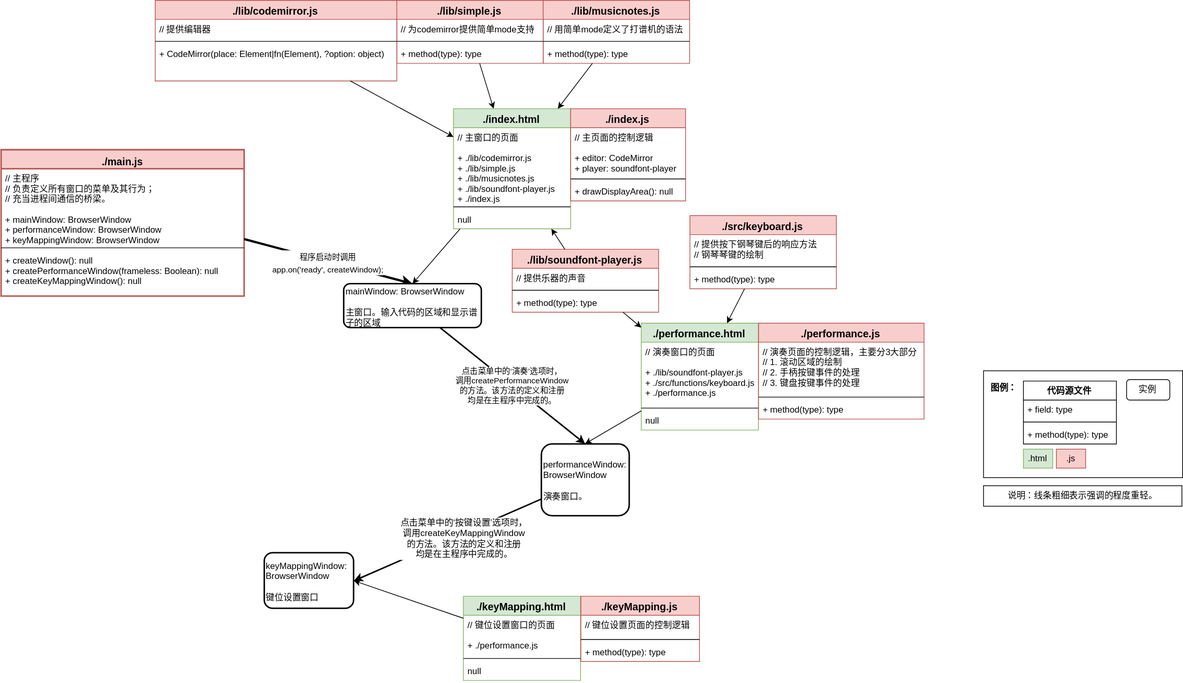
This is readmePictures/打谱机结构图.svg from xieby1/DaPuJi, a draw.io export, as it was before one commit. Source tidied: cells renumbered, new cells last; positions are measured from the earlier drawing's top-left corner, leaving out a move shared by most shapes.
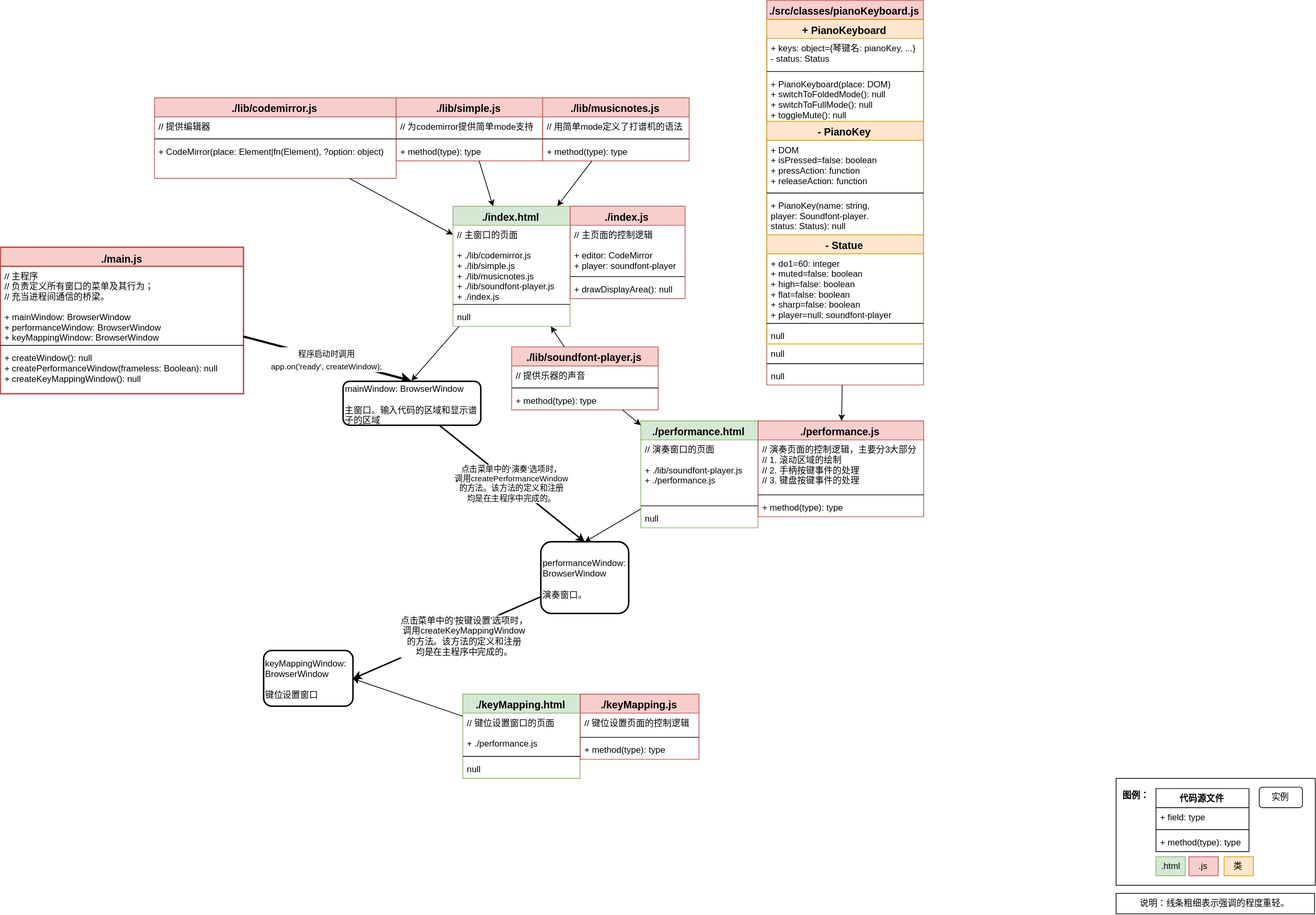
After the commit.

Commit message:
建立pianoKeyboard类, create pianoKeyboard class

Diff of the diagram source:
```diff
@@ -107,7 +107,7 @@
     <mxCell id="36" value="./performance.html" style="swimlane;fontStyle=1;align=center;verticalAlign=top;horizontal=1;startSize=26;fontSize=14;fillColor=#d5e8d4;strokeColor=#82b366;" parent="1" vertex="1">
       <mxGeometry x="874.5" y="441" width="160" height="146" as="geometry" />
     </mxCell>
-    <mxCell id="37" value="// 演奏窗口的页面&#10;&#10;+ ./lib/soundfont-player.js&#10;+ ./src/functions/keyboard.js&#10;+ ./performance.js&#10;" style="text;strokeColor=none;fillColor=none;align=left;verticalAlign=top;spacingLeft=4;spacingRight=4;overflow=hidden;" parent="36" vertex="1">
+    <mxCell id="37" value="// 演奏窗口的页面&#10;&#10;+ ./lib/soundfont-player.js&#10;+ ./performance.js&#10;" style="text;strokeColor=none;fillColor=none;align=left;verticalAlign=top;spacingLeft=4;spacingRight=4;overflow=hidden;" parent="36" vertex="1">
       <mxGeometry y="26" width="160" height="86" as="geometry" />
     </mxCell>
     <mxCell id="38" style="line;strokeWidth=1;fillColor=none;align=left;verticalAlign=middle;spacingTop=-1;spacingLeft=3;spacingRight=3;labelPosition=right;" parent="36" vertex="1">
@@ -129,7 +129,7 @@
       <mxGeometry x="738" y="606" width="120" height="98" as="geometry" />
     </mxCell>
     <mxCell id="44" style="group;" parent="1" vertex="1">
-      <mxGeometry x="1342" y="506" width="272" height="146" as="geometry" />
+      <mxGeometry x="1523.5" y="929" width="272" height="146" as="geometry" />
     </mxCell>
     <mxCell id="45" style="rounded=0;whiteSpace=wrap;html=1;fillColor=#ffffff;strokeColor=#000000;" parent="44" vertex="1">
       <mxGeometry width="272" height="146" as="geometry" />
@@ -159,7 +159,7 @@
       <mxGeometry x="99.5" y="107" width="40" height="26" as="geometry" />
     </mxCell>
     <mxCell id="54" value="&lt;div style=&quot;text-align: left&quot;&gt;&lt;span&gt;说明：线条粗细表示强调的程度重轻。&lt;/span&gt;&lt;/div&gt;" style="rounded=0;whiteSpace=wrap;html=1;strokeWidth=1;" parent="1" vertex="1">
-      <mxGeometry x="1342" y="663" width="271" height="28" as="geometry" />
+      <mxGeometry x="1523.5" y="1086" width="271" height="28" as="geometry" />
     </mxCell>
     <mxCell id="55" style="endArrow=classic;html=1;strokeWidth=1;entryX=0.5;entryY=0;entryDx=0;entryDy=0;" parent="1" edge="1" source="36" target="43">
       <mxGeometry relative="1" as="geometry" />
@@ -167,21 +167,54 @@
     <mxCell id="56" style="endArrow=classic;html=1;strokeWidth=1;" parent="1" edge="1" source="23" target="36">
       <mxGeometry relative="1" as="geometry" />
     </mxCell>
-    <mxCell id="57" value="./src/keyboard.js" style="swimlane;fontStyle=1;align=center;verticalAlign=top;horizontal=1;startSize=26;fontSize=14;fillColor=#f8cecc;strokeColor=#b85450;" parent="1" vertex="1">
-      <mxGeometry x="941" y="294" width="200" height="100" as="geometry" />
+    <mxCell id="57" value="./src/classes/pianoKeyboard.js" style="swimlane;fontStyle=1;align=center;verticalAlign=top;horizontal=1;startSize=26;fontSize=14;fillColor=#f8cecc;strokeColor=#b85450;" parent="1" vertex="1">
+      <mxGeometry x="1046.5" y="-133" width="214" height="525" as="geometry" />
     </mxCell>
+    <mxCell id="78" value="+ PianoKeyboard" style="swimlane;fontStyle=1;align=center;verticalAlign=top;horizontal=1;startSize=26;fontSize=14;fillColor=#ffe6cc;strokeColor=#d79b00;" parent="57" vertex="1">
+      <mxGeometry y="26" width="214" height="139" as="geometry" />
+    </mxCell>
+    <mxCell id="79" value="+ keys: object={琴键名: pianoKey, ...}&#10;- status: Status&#10;" style="text;strokeColor=none;fillColor=none;align=left;verticalAlign=top;spacingLeft=4;spacingRight=4;overflow=hidden;" parent="78" vertex="1">
+      <mxGeometry y="26" width="214" height="41" as="geometry" />
+    </mxCell>
+    <mxCell id="80" style="line;strokeWidth=1;fillColor=none;align=left;verticalAlign=middle;spacingTop=-1;spacingLeft=3;spacingRight=3;labelPosition=right;" parent="78" vertex="1">
+      <mxGeometry y="67" width="214" height="8" as="geometry" />
+    </mxCell>
+    <mxCell id="81" value="+ PianoKeyboard(place: DOM)&#10;+ switchToFoldedMode(): null&#10;+ switchToFullMode(): null&#10;+ toggleMute(): null&#10;" style="text;strokeColor=none;fillColor=none;align=left;verticalAlign=top;spacingLeft=4;spacingRight=4;overflow=hidden;" parent="78" vertex="1">
+      <mxGeometry y="75" width="214" height="64" as="geometry" />
+    </mxCell>
+    <mxCell id="82" value="- PianoKey" style="swimlane;fontStyle=1;align=center;verticalAlign=top;horizontal=1;startSize=26;fontSize=14;fillColor=#ffe6cc;strokeColor=#d79b00;" parent="57" vertex="1">
+      <mxGeometry y="165" width="214" height="155" as="geometry" />
+    </mxCell>
+    <mxCell id="83" value="+ DOM&#10;+ isPressed=false: boolean&#10;+ pressAction: function&#10;+ releaseAction: function&#10;" style="text;strokeColor=none;fillColor=none;align=left;verticalAlign=top;spacingLeft=4;spacingRight=4;overflow=hidden;" parent="82" vertex="1">
+      <mxGeometry y="26" width="214" height="68" as="geometry" />
+    </mxCell>
+    <mxCell id="84" style="line;strokeWidth=1;fillColor=none;align=left;verticalAlign=middle;spacingTop=-1;spacingLeft=3;spacingRight=3;labelPosition=right;" parent="82" vertex="1">
+      <mxGeometry y="94" width="214" height="8" as="geometry" />
+    </mxCell>
+    <mxCell id="85" value="+ PianoKey(name: string,&#10;player: Soundfont-player.&#10;status: Status): null&#10;" style="text;strokeColor=none;fillColor=none;align=left;verticalAlign=top;spacingLeft=4;spacingRight=4;overflow=hidden;" parent="82" vertex="1">
+      <mxGeometry y="102" width="214" height="53" as="geometry" />
+    </mxCell>
+    <mxCell id="86" value="- Statue" style="swimlane;fontStyle=1;align=center;verticalAlign=top;horizontal=1;startSize=26;fontSize=14;fillColor=#ffe6cc;strokeColor=#d79b00;" parent="57" vertex="1">
+      <mxGeometry y="320" width="214" height="149" as="geometry" />
+    </mxCell>
+    <mxCell id="87" value="+ do1=60: integer&#10;+ muted=false: boolean&#10;+ high=false: boolean&#10;+ flat=false: boolean&#10;+ sharp=false: boolean&#10;+ player=null: soundfont-player&#10;" style="text;strokeColor=none;fillColor=none;align=left;verticalAlign=top;spacingLeft=4;spacingRight=4;overflow=hidden;" parent="86" vertex="1">
+      <mxGeometry y="26" width="214" height="91" as="geometry" />
+    </mxCell>
+    <mxCell id="88" style="line;strokeWidth=1;fillColor=none;align=left;verticalAlign=middle;spacingTop=-1;spacingLeft=3;spacingRight=3;labelPosition=right;" parent="86" vertex="1">
+      <mxGeometry y="117" width="214" height="8" as="geometry" />
+    </mxCell>
+    <mxCell id="89" value="null" style="text;strokeColor=none;fillColor=none;align=left;verticalAlign=top;spacingLeft=4;spacingRight=4;overflow=hidden;" parent="86" vertex="1">
+      <mxGeometry y="125" width="214" height="24" as="geometry" />
+    </mxCell>
-    <mxCell id="58" value="// 提供按下钢琴键后的响应方法&#10;// 钢琴琴键的绘制&#10;" style="text;strokeColor=none;fillColor=none;align=left;verticalAlign=top;spacingLeft=4;spacingRight=4;overflow=hidden;" parent="57" vertex="1">
-      <mxGeometry y="26" width="200" height="40" as="geometry" />
+    <mxCell id="58" value="null&#10;" style="text;strokeColor=none;fillColor=none;align=left;verticalAlign=top;spacingLeft=4;spacingRight=4;overflow=hidden;" parent="57" vertex="1">
+      <mxGeometry y="469" width="214" height="23" as="geometry" />
     </mxCell>
     <mxCell id="59" style="line;strokeWidth=1;fillColor=none;align=left;verticalAlign=middle;spacingTop=-1;spacingLeft=3;spacingRight=3;labelPosition=right;" parent="57" vertex="1">
-      <mxGeometry y="66" width="200" height="8" as="geometry" />
+      <mxGeometry y="492" width="214" height="8" as="geometry" />
     </mxCell>
-    <mxCell id="60" value="+ method(type): type" style="text;strokeColor=none;fillColor=none;align=left;verticalAlign=top;spacingLeft=4;spacingRight=4;overflow=hidden;" parent="57" vertex="1">
-      <mxGeometry y="74" width="200" height="26" as="geometry" />
+    <mxCell id="60" value="null&#10;" style="text;strokeColor=none;fillColor=none;align=left;verticalAlign=top;spacingLeft=4;spacingRight=4;overflow=hidden;" parent="57" vertex="1">
+      <mxGeometry y="500" width="214" height="25" as="geometry" />
     </mxCell>
-    <mxCell id="61" style="endArrow=classic;html=1;strokeWidth=1;" parent="1" edge="1" source="57" target="36">
-      <mxGeometry relative="1" as="geometry" />
-    </mxCell>
     <mxCell id="62" value="./performance.js" style="swimlane;fontStyle=1;align=center;verticalAlign=top;horizontal=1;startSize=26;fontSize=14;fillColor=#f8cecc;strokeColor=#b85450;" parent="1" vertex="1">
       <mxGeometry x="1034.7" y="441" width="226" height="131" as="geometry" />
     </mxCell>
@@ -232,5 +265,11 @@
     <mxCell id="77" style="endArrow=classic;html=1;strokeWidth=1;entryX=1;entryY=0.5;entryDx=0;entryDy=0;" parent="1" edge="1" source="69" target="66">
       <mxGeometry relative="1" as="geometry" />
     </mxCell>
+    <mxCell id="90" value="类" style="rounded=0;whiteSpace=wrap;html=1;fillColor=#ffe6cc;strokeColor=#d79b00;" parent="1" vertex="1">
+      <mxGeometry x="1671" y="1036" width="40" height="26" as="geometry" />
+    </mxCell>
+    <mxCell id="91" style="endArrow=classic;html=1;" parent="1" edge="1" source="57" target="62">
+      <mxGeometry relative="1" as="geometry" />
+    </mxCell>
   </root>
 </mxGraphModel>
```
